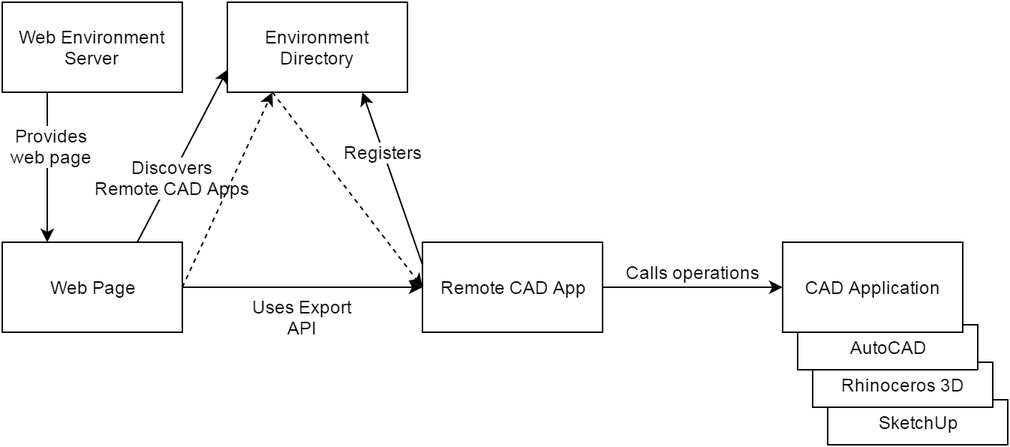
Before: dissertation/images/export_archi_over/export_archi_over.png, a diagram exported from draw.io (pafalium/master-thesis). Source tidied: cells renumbered, new cells last; positions are measured from the earlier drawing's top-left corner, leaving out a move shared by most shapes.
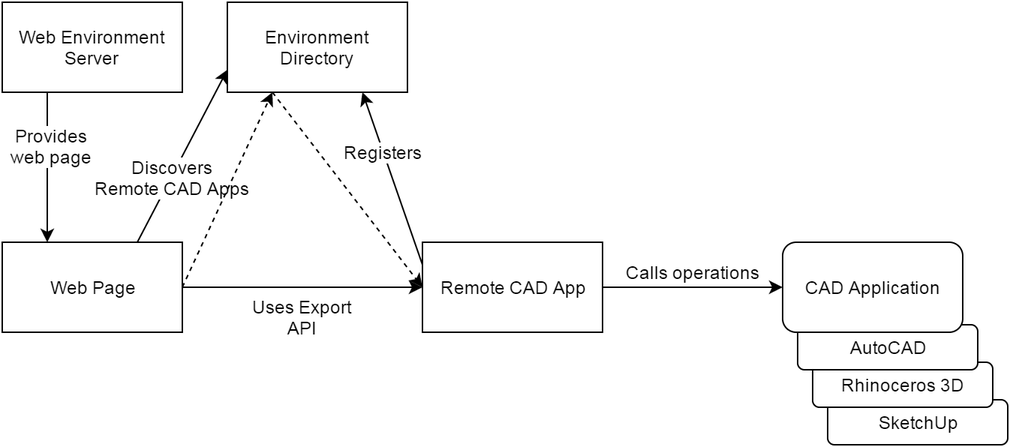
The same file after the commit.

Change to the diagram source:
```diff
@@ -2,19 +2,19 @@
   <root>
     <mxCell id="0" />
     <mxCell id="1" parent="0" />
-    <mxCell id="2" style="group;" parent="1" vertex="1">
+    <mxCell id="2" style="group;rounded=1;" parent="1" vertex="1">
       <mxGeometry x="530" y="215" width="140" height="80" as="geometry" />
     </mxCell>
-    <mxCell id="3" value="SketchUp" style="whiteSpace=wrap;html=1;" parent="2" vertex="1">
+    <mxCell id="3" value="SketchUp" style="whiteSpace=wrap;html=1;rounded=1;" parent="2" vertex="1">
       <mxGeometry x="20" y="50" width="120" height="30" as="geometry" />
     </mxCell>
-    <mxCell id="4" value="Rhinoceros 3D" style="whiteSpace=wrap;html=1;" parent="2" vertex="1">
+    <mxCell id="4" value="Rhinoceros 3D" style="whiteSpace=wrap;html=1;rounded=1;" parent="2" vertex="1">
       <mxGeometry x="10" y="25" width="120" height="30" as="geometry" />
     </mxCell>
-    <mxCell id="5" value="AutoCAD" style="whiteSpace=wrap;html=1;" parent="2" vertex="1">
+    <mxCell id="5" value="AutoCAD" style="whiteSpace=wrap;html=1;rounded=1;" parent="2" vertex="1">
       <mxGeometry width="120" height="30" as="geometry" />
     </mxCell>
-    <mxCell id="6" value="CAD Application" style="whiteSpace=wrap;html=1;" parent="1" vertex="1">
+    <mxCell id="6" value="CAD Application" style="whiteSpace=wrap;html=1;rounded=1;" parent="1" vertex="1">
       <mxGeometry x="520" y="160" width="120" height="60" as="geometry" />
     </mxCell>
     <mxCell id="7" value="Remote CAD App" style="whiteSpace=wrap;html=1;" parent="1" vertex="1">
```
